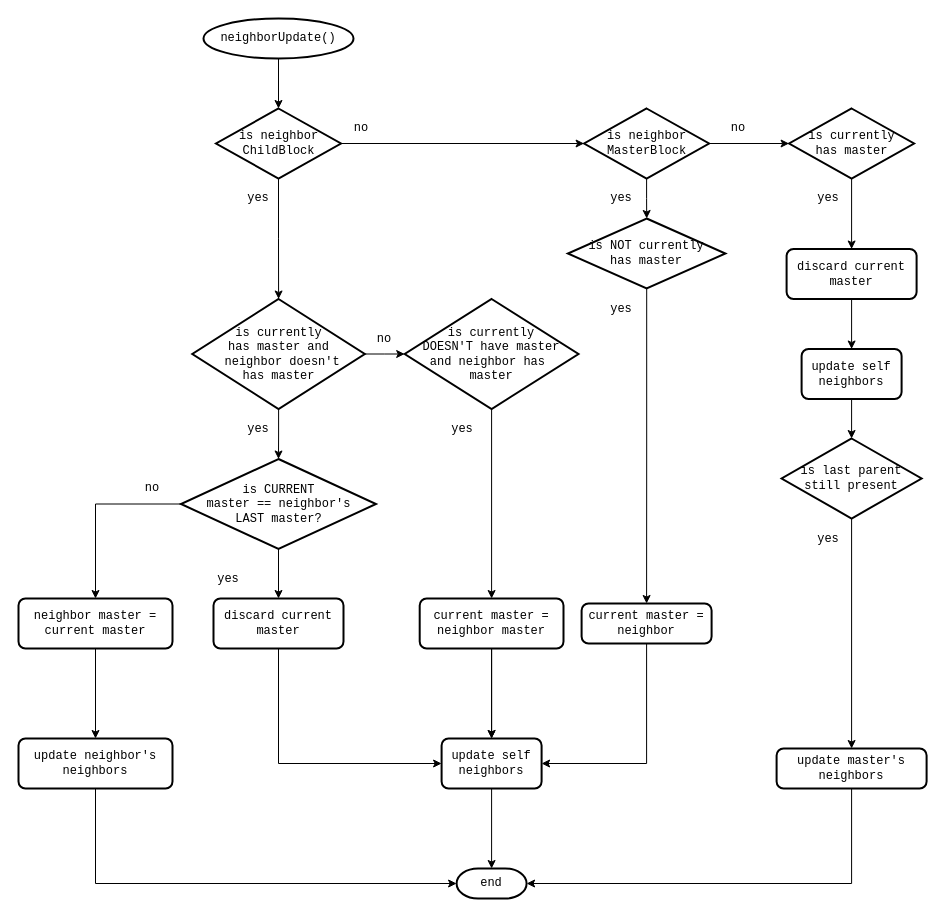
This is flowchart/cable_logic.drawio from badasintended/slotlink, a draw.io file, before an edit. Source tidied: cells renumbered, new cells numbered last; positions are measured from the earlier drawing's top-left corner, leaving out a move shared by most shapes. Both pictures are drawn from the tidied source at 100%, with x=0, y=0 at pixel (18, 18).
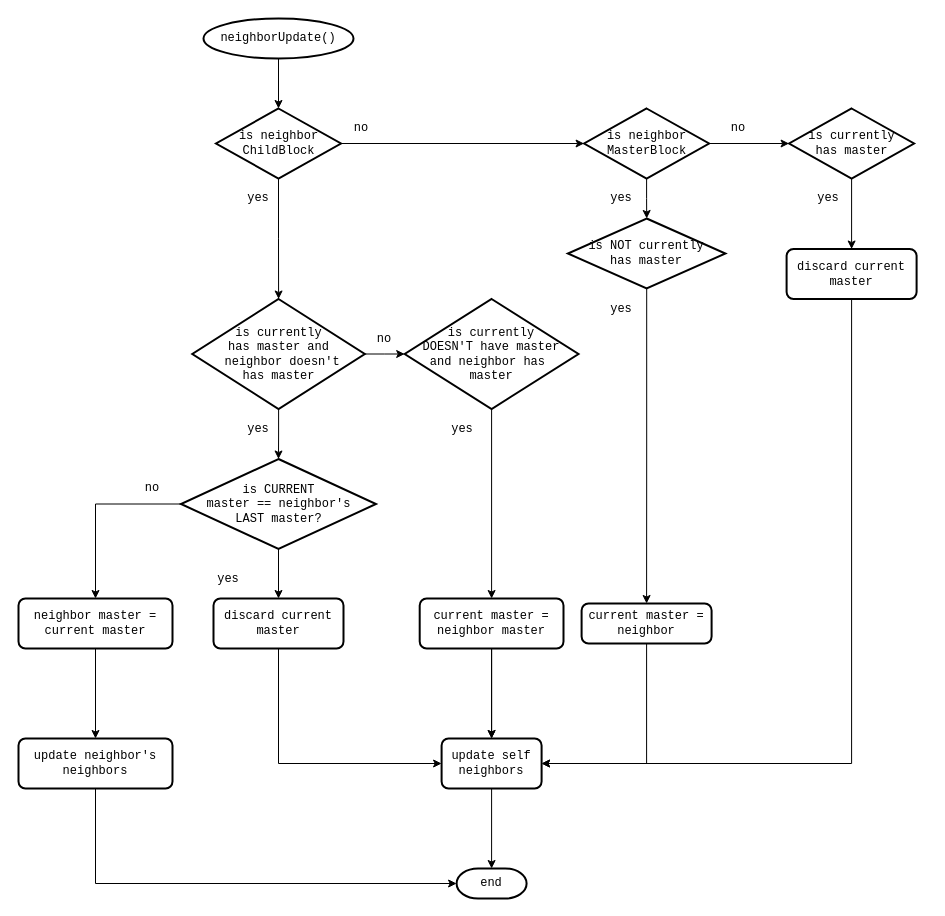
After the change.

Unchanged cells that the change refers to:
```xml
<mxCell id="42" value="update self neighbors" style="rounded=1;whiteSpace=wrap;html=1;absoluteArcSize=1;arcSize=14;strokeWidth=2;fontFamily=Courier New;" parent="1" vertex="1">
  <mxGeometry x="423.1" y="720" width="100" height="50" as="geometry" />
</mxCell>
<mxCell id="46" value="discard current master" style="rounded=1;whiteSpace=wrap;html=1;absoluteArcSize=1;arcSize=14;strokeWidth=2;fontFamily=Courier New;" parent="1" vertex="1">
  <mxGeometry x="768.1" y="230.5" width="130" height="50" as="geometry" />
</mxCell>
<mxCell id="53" value="end" style="strokeWidth=2;html=1;shape=mxgraph.flowchart.terminator;whiteSpace=wrap;fontFamily=Courier New;" parent="1" vertex="1">
  <mxGeometry x="438.1" y="850" width="70" height="30" as="geometry" />
</mxCell>
```

The edit, as a diff of the source:
```diff
@@
-    <mxCell id="45" style="edgeStyle=orthogonalEdgeStyle;rounded=0;jettySize=auto;html=1;fontFamily=Courier New;" parent="1" edge="1" source="46" target="55">
-      <mxGeometry relative="1" as="geometry" />
-    </mxCell>
@@
-    <mxCell id="48" style="edgeStyle=orthogonalEdgeStyle;rounded=0;jettySize=auto;html=1;entryX=0.5;entryY=0;entryDx=0;entryDy=0;fontFamily=Courier New;" parent="1" edge="1" source="49" target="51">
-      <mxGeometry relative="1" as="geometry" />
-    </mxCell>
-    <mxCell id="49" value="is last parent still present" style="strokeWidth=2;html=1;shape=mxgraph.flowchart.decision;whiteSpace=wrap;fontFamily=Courier New;" parent="1" vertex="1">
-      <mxGeometry x="763.1" y="420" width="140" height="80" as="geometry" />
-    </mxCell>
-    <mxCell id="50" style="edgeStyle=orthogonalEdgeStyle;rounded=0;jettySize=auto;html=1;entryX=1;entryY=0.5;entryDx=0;entryDy=0;entryPerimeter=0;fontFamily=Courier New;" parent="1" edge="1" source="51" target="53">
+    <mxCell id="50" style="edgeStyle=orthogonalEdgeStyle;rounded=0;jettySize=auto;html=1;entryX=1;entryY=0.5;entryDx=0;entryDy=0;fontFamily=Courier New;exitX=0.5;exitY=1;exitDx=0;exitDy=0;" parent="1" edge="1" source="46" target="42">
       <mxGeometry relative="1" as="geometry">
         <Array as="points">
-          <mxPoint x="833" y="865" />
+          <mxPoint x="833" y="745" />
         </Array>
       </mxGeometry>
     </mxCell>
-    <mxCell id="51" value="update master's neighbors" style="rounded=1;whiteSpace=wrap;html=1;absoluteArcSize=1;arcSize=14;strokeWidth=2;fontFamily=Courier New;" parent="1" vertex="1">
-      <mxGeometry x="758.1" y="730" width="150" height="40" as="geometry" />
-    </mxCell>
-    <mxCell id="52" value="yes" style="text;html=1;strokeColor=none;fillColor=none;align=center;verticalAlign=middle;whiteSpace=wrap;rounded=0;fontFamily=Courier New;" parent="1" vertex="1">
-      <mxGeometry x="790" y="510.5" width="40" height="20" as="geometry" />
-    </mxCell>
@@
-    <mxCell id="54" style="edgeStyle=orthogonalEdgeStyle;rounded=0;jettySize=auto;html=1;fontFamily=Courier New;" parent="1" edge="1" source="55" target="49">
-      <mxGeometry relative="1" as="geometry" />
-    </mxCell>
-    <mxCell id="55" value="update self neighbors" style="rounded=1;whiteSpace=wrap;html=1;absoluteArcSize=1;arcSize=14;strokeWidth=2;fontFamily=Courier New;" parent="1" vertex="1">
-      <mxGeometry x="783.1" y="330.5" width="100" height="50" as="geometry" />
-    </mxCell>
```
